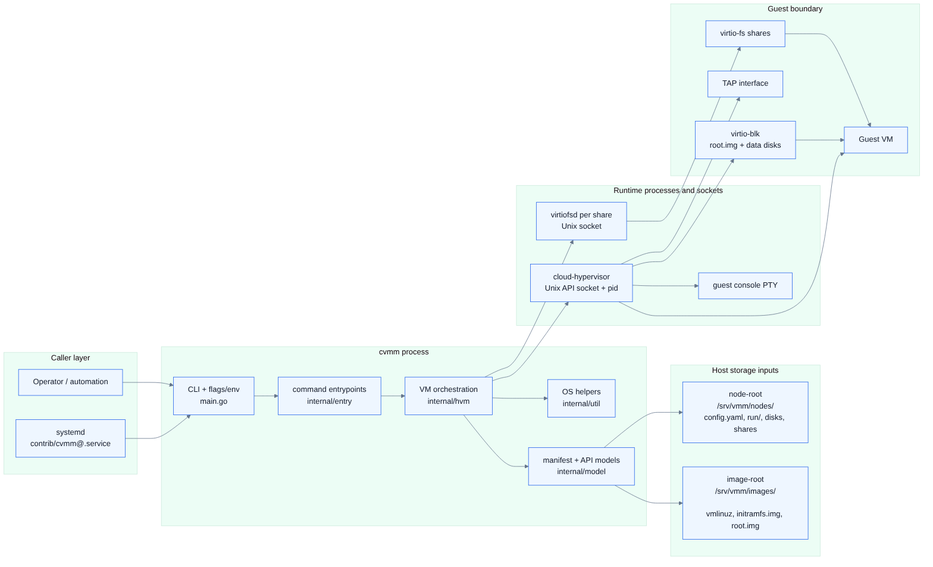
Above: docs/diagrams/system-context.png in spi-ca/cvmm (Mermaid), before the change. Its source is kept beside it as docs/diagrams/system-context.mmd.
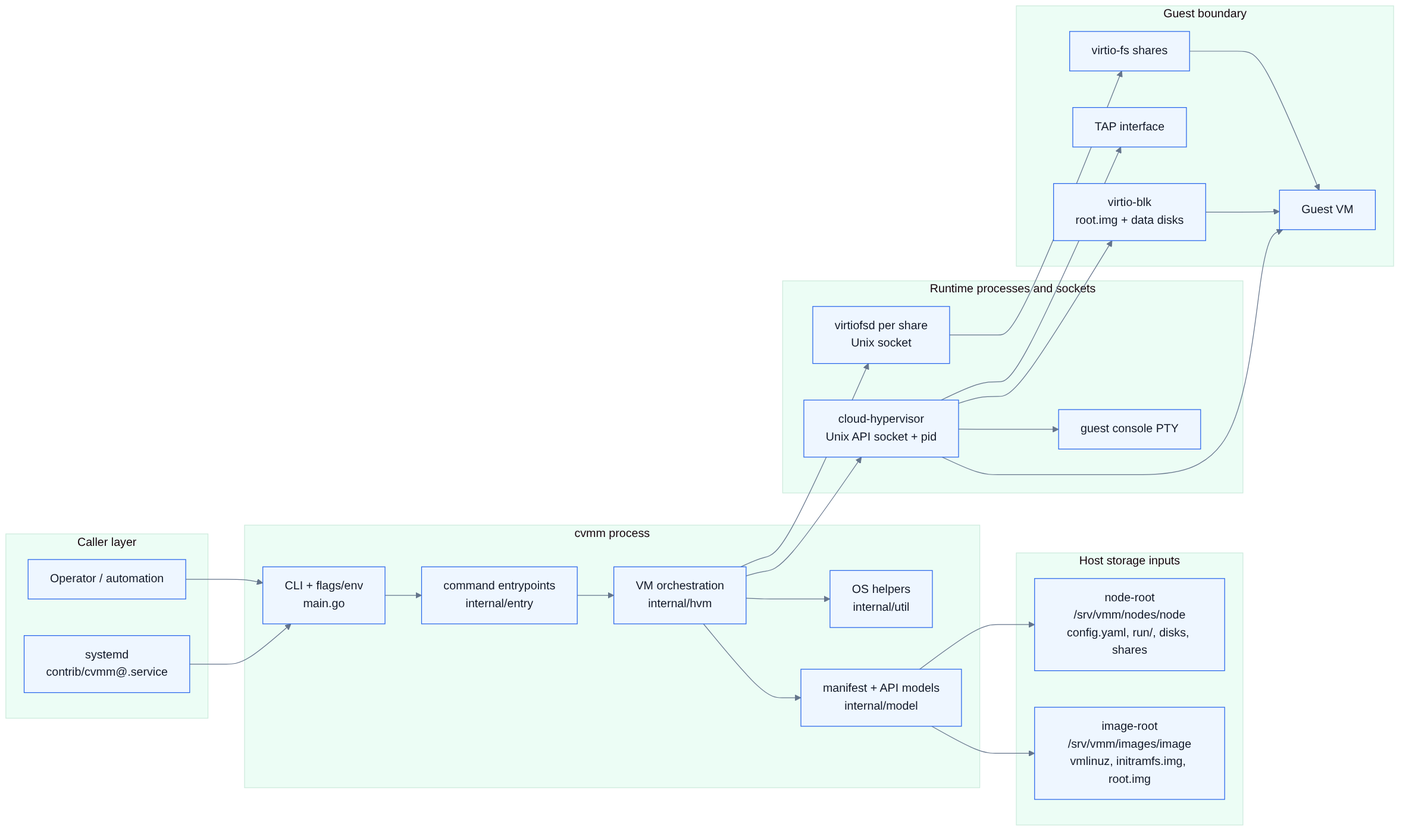
Above is the later version.

Diff of the diagram source:
```diff
@@ -13,8 +13,8 @@
     end
 
     subgraph storage["Host storage inputs"]
-        images["image-root\n/srv/vmm/images/<image>\nvmlinuz, initramfs.img, root.img"]
-        nodes["node-root\n/srv/vmm/nodes/<node>\nconfig.yaml, run/, disks, shares"]
+        images["image-root\n/srv/vmm/images/image\nvmlinuz, initramfs.img, root.img"]
+        nodes["node-root\n/srv/vmm/nodes/node\nconfig.yaml, run/, disks, shares"]
     end
 
     subgraph runtime["Runtime processes and sockets"]
```
